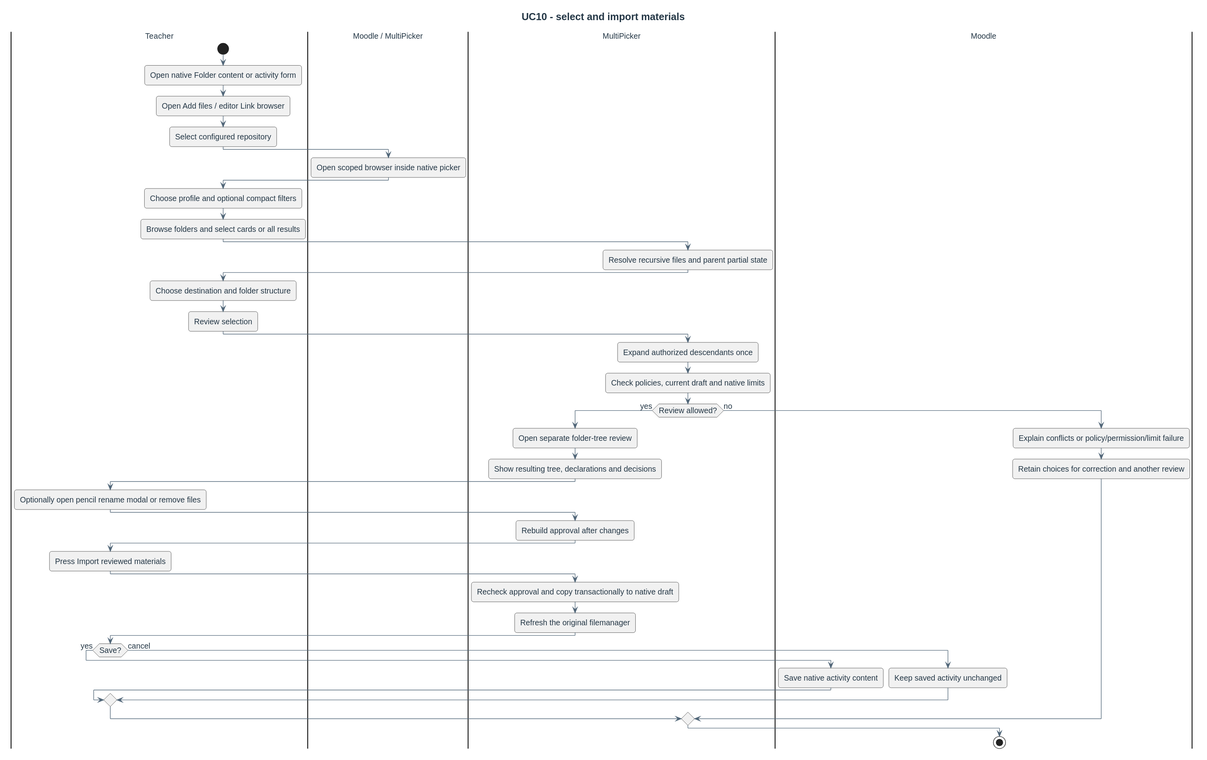
Earlier version of the PlantUML export docs/diagrams/requirements/use-case-details/uc10-select-materials.svg (didactika/moodle-local_coursefiles).
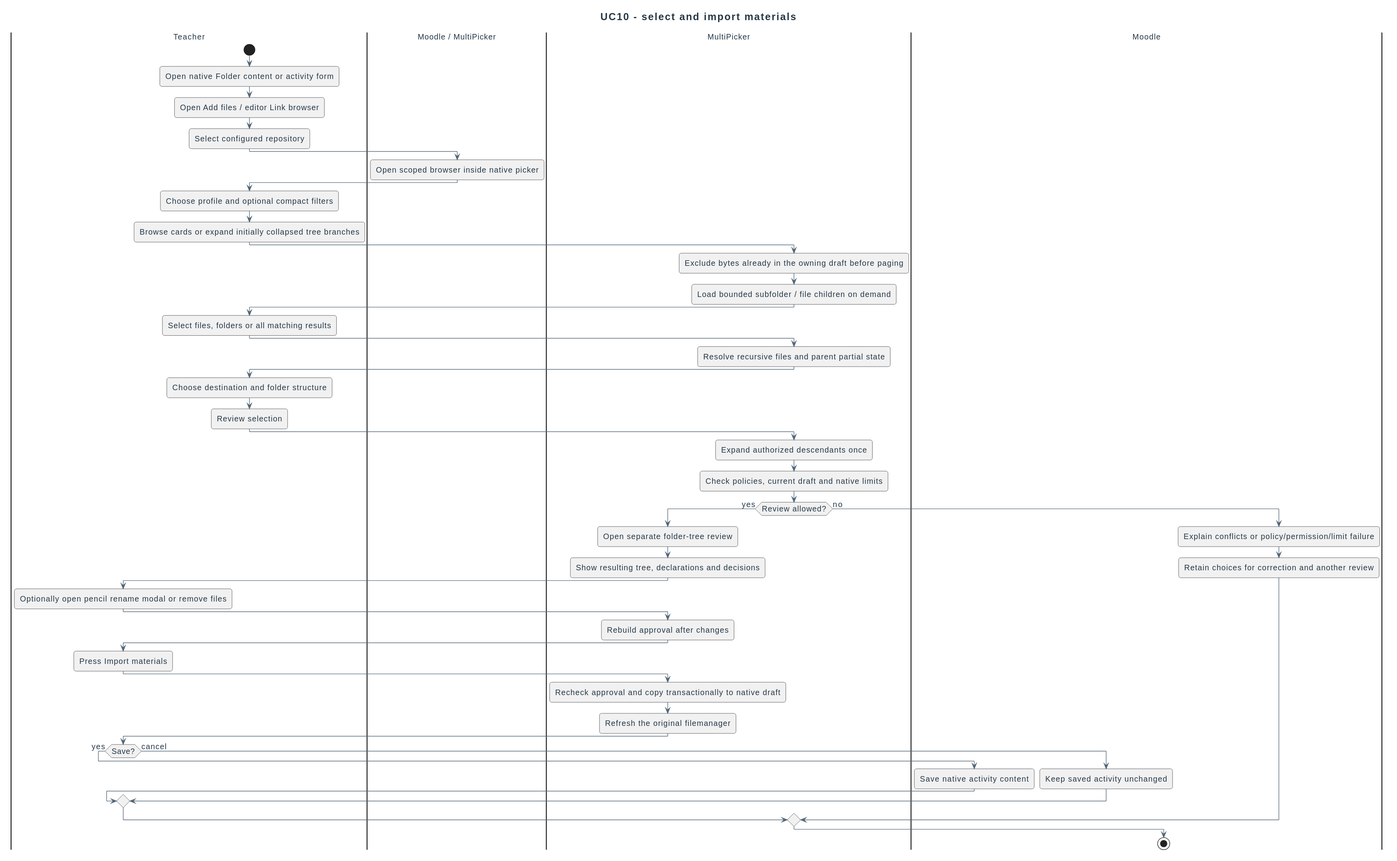
Later version of the same file.

What changed in the source:
```diff
@@ -10,7 +10,12 @@
 :Open scoped browser inside native picker;
 |Teacher|
 :Choose profile and optional compact filters;
-:Browse folders and select cards or all results;
+:Browse cards or expand initially collapsed tree branches;
+|MultiPicker|
+:Exclude bytes already in the owning draft before paging;
+:Load bounded subfolder / file children on demand;
+|Teacher|
+:Select files, folders or all matching results;
 |MultiPicker|
 :Resolve recursive files and parent partial state;
 |Teacher|
@@ -27,7 +32,7 @@
  |MultiPicker|
  :Rebuild approval after changes;
  |Teacher|
- :Press Import reviewed materials;
+ :Press Import materials;
  |MultiPicker|
  :Recheck approval and copy transactionally to native draft;
  :Refresh the original filemanager;
```
